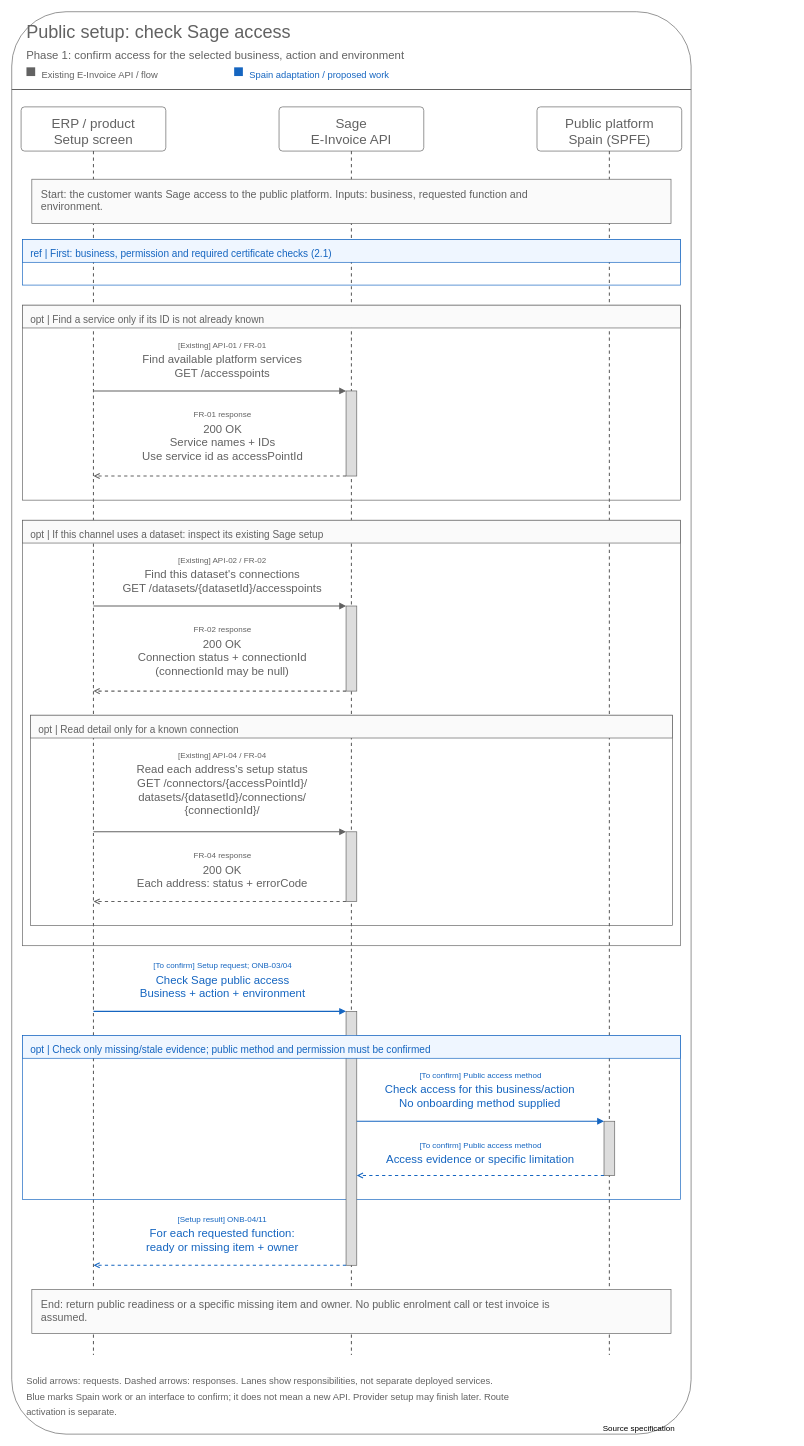
This is assets/diagrams/onboarding-setup-public-readiness-sequence.drawio from jiaxinhe0709/pm_second_brain, a draw.io file, before an edit. Source tidied: cells renumbered, new cells numbered last; positions are measured from the earlier drawing's top-left corner, leaving out a move shared by most shapes. Both pictures are drawn from the tidied source at 67%, with x=0, y=0 at pixel (11, 11).
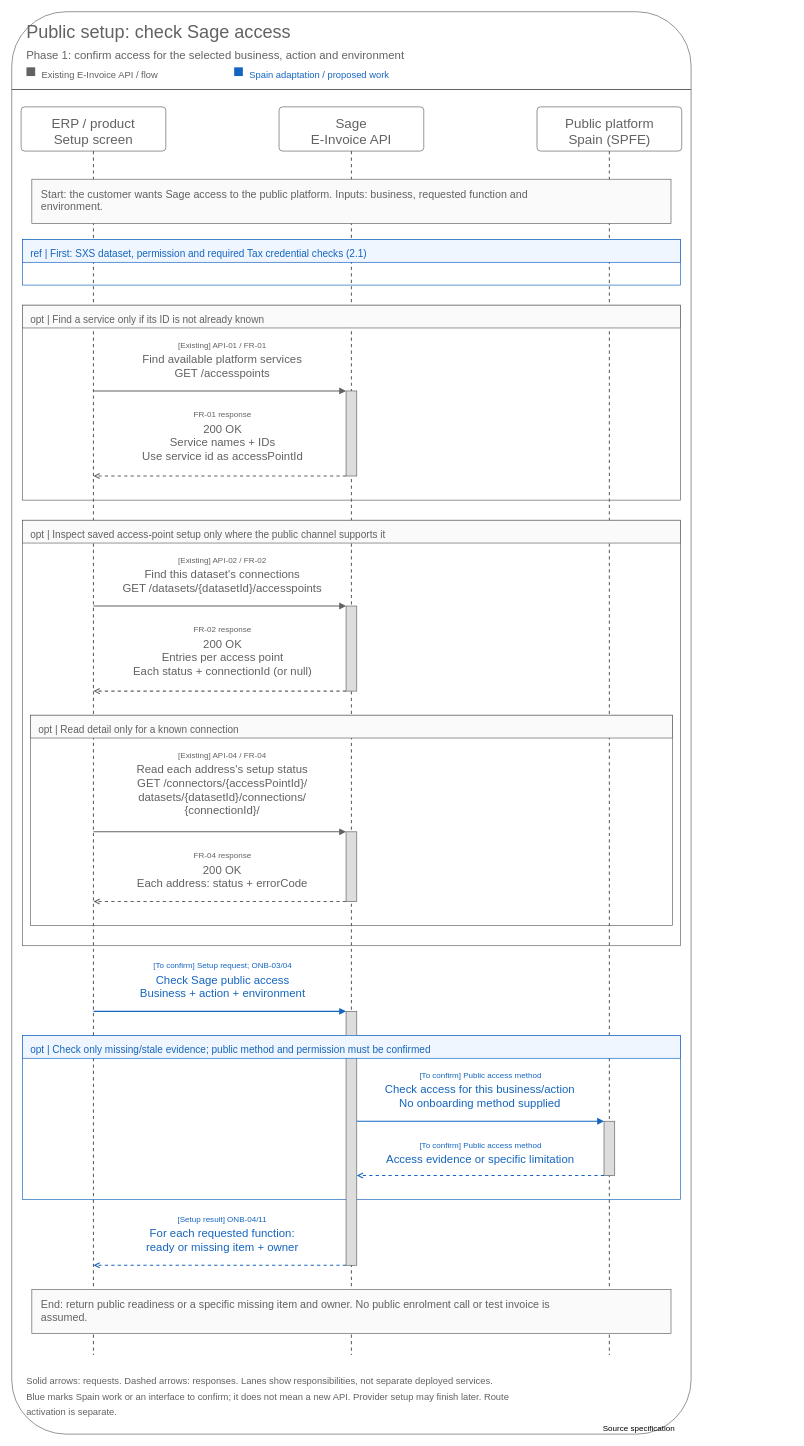
After the change.

Diff of the diagram source:
```diff
@@
-    <mxCell id="26" value="ref | First: business, permission and required certificate checks (2.1)" style="text;html=0;whiteSpace=wrap;spacing=0;verticalAlign=top;align=left;fontSize=15;fontColor=#1565C0;" parent="1" vertex="1">
-      <mxGeometry x="28" y="348" width="683" height="26" as="geometry" />
+    <mxCell id="26" value="ref | First: SXS dataset, permission and required Tax credential checks (2.1)" style="text;html=0;whiteSpace=wrap;spacing=0;verticalAlign=top;align=left;fontSize=15;fontColor=#1565C0;" parent="1" vertex="1">
+      <mxGeometry x="28" y="348" width="739.6" height="26" as="geometry" />
     </mxCell>
@@
-    <mxCell id="32" value="opt | If this channel uses a dataset: inspect its existing Sage setup" style="text;html=0;whiteSpace=wrap;spacing=0;verticalAlign=top;align=left;fontSize=15;fontColor=#626262;" parent="1" vertex="1">
-      <mxGeometry x="28" y="767" width="664" height="26" as="geometry" />
+    <mxCell id="32" value="opt | Inspect saved access-point setup only where the public channel supports it" style="text;html=0;whiteSpace=wrap;spacing=0;verticalAlign=top;align=left;fontSize=15;fontColor=#626262;" parent="1" vertex="1">
+      <mxGeometry x="28" y="767" width="768" height="26" as="geometry" />
     </mxCell>
@@
-    <mxCell id="53" value="200 OK&#10;Connection status + connectionId&#10;(connectionId may be null)" style="text;html=0;whiteSpace=wrap;spacing=0;verticalAlign=top;align=center;fontSize=17;fontColor=#626262;" parent="1" vertex="1">
-      <mxGeometry x="137.1" y="930" width="354.7" height="72" as="geometry" />
+    <mxCell id="53" value="200 OK&#10;Entries per access point&#10;Each status + connectionId (or null)" style="text;html=0;whiteSpace=wrap;spacing=0;verticalAlign=top;align=center;fontSize=17;fontColor=#626262;" parent="1" vertex="1">
+      <mxGeometry x="115.7" y="930" width="397.6" height="72" as="geometry" />
     </mxCell>
```
